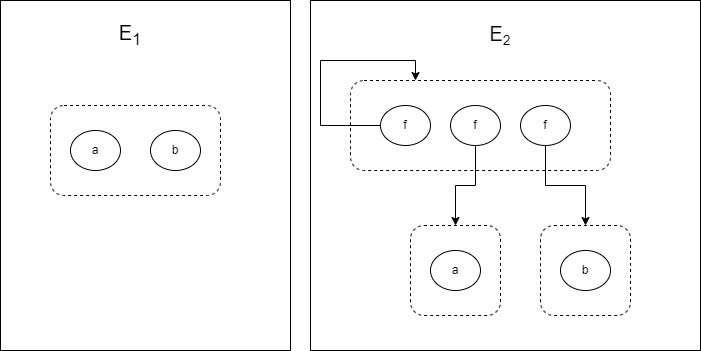
Before: src/documents/egraph-intersect.png, a diagram exported from draw.io (oflatt/portfolio). Source tidied: cells renumbered, new cells last; positions are measured from the earlier drawing's top-left corner, leaving out a move shared by most shapes.
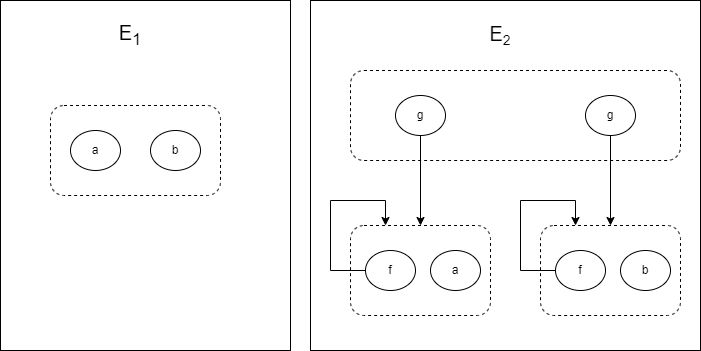
Later version of the same file.

Change to the diagram source:
```diff
@@ -18,33 +18,24 @@
       <mxGeometry x="150" y="130" width="50" height="40" as="geometry" />
     </mxCell>
     <mxCell id="7" style="rounded=1;whiteSpace=wrap;html=1;dashed=1;" parent="1" vertex="1">
-      <mxGeometry x="350" y="80" width="260" height="90" as="geometry" />
+      <mxGeometry x="350" y="225" width="140" height="90" as="geometry" />
     </mxCell>
     <mxCell id="8" style="edgeStyle=orthogonalEdgeStyle;rounded=0;jettySize=auto;html=1;exitX=0;exitY=0.5;exitDx=0;exitDy=0;entryX=0.25;entryY=0;entryDx=0;entryDy=0;" parent="1" edge="1" source="9" target="7">
       <mxGeometry relative="1" as="geometry">
         <Array as="points">
-          <mxPoint x="320" y="125" />
-          <mxPoint x="320" y="60" />
-          <mxPoint x="415" y="60" />
+          <mxPoint x="330" y="270" />
+          <mxPoint x="330" y="200" />
+          <mxPoint x="385" y="200" />
         </Array>
       </mxGeometry>
     </mxCell>
     <mxCell id="9" value="f" style="ellipse;whiteSpace=wrap;html=1;" parent="1" vertex="1">
-      <mxGeometry x="380" y="105" width="50" height="40" as="geometry" />
+      <mxGeometry x="365" y="250" width="50" height="40" as="geometry" />
     </mxCell>
-    <mxCell id="10" style="edgeStyle=orthogonalEdgeStyle;rounded=0;jettySize=auto;html=1;exitX=0.5;exitY=1;exitDx=0;exitDy=0;entryX=0.5;entryY=0;entryDx=0;entryDy=0;" parent="1" edge="1" source="11" target="12">
-      <mxGeometry relative="1" as="geometry" />
-    </mxCell>
-    <mxCell id="11" value="f" style="ellipse;whiteSpace=wrap;html=1;" parent="1" vertex="1">
-      <mxGeometry x="450" y="105" width="50" height="40" as="geometry" />
-    </mxCell>
-    <mxCell id="12" style="rounded=1;whiteSpace=wrap;html=1;dashed=1;" parent="1" vertex="1">
-      <mxGeometry x="410" y="225" width="90" height="90" as="geometry" />
-    </mxCell>
     <mxCell id="13" value="a" style="ellipse;whiteSpace=wrap;html=1;" parent="1" vertex="1">
       <mxGeometry x="430" y="250" width="50" height="40" as="geometry" />
     </mxCell>
-    <mxCell id="14" style="edgeStyle=orthogonalEdgeStyle;rounded=0;jettySize=auto;html=1;exitX=0;exitY=0.5;exitDx=0;exitDy=0;entryX=0.25;entryY=0;entryDx=0;entryDy=0;" parent="1" edge="1" source="x">
+    <mxCell id="14" style="edgeStyle=orthogonalEdgeStyle;rounded=0;orthogonalLoop=1;jettySize=auto;html=1;exitX=0;exitY=0.5;exitDx=0;exitDy=0;entryX=0.25;entryY=0;entryDx=0;entryDy=0;" parent="1" edge="1">
       <mxGeometry relative="1" as="geometry">
         <mxPoint x="412.5" y="310" as="targetPoint" />
         <Array as="points">
@@ -54,23 +45,44 @@
         </Array>
       </mxGeometry>
     </mxCell>
-    <mxCell id="15" style="edgeStyle=orthogonalEdgeStyle;rounded=0;jettySize=auto;html=1;exitX=0.5;exitY=1;exitDx=0;exitDy=0;entryX=0.5;entryY=0;entryDx=0;entryDy=0;" parent="1" edge="1" source="16" target="17">
-      <mxGeometry relative="1" as="geometry" />
-    </mxCell>
-    <mxCell id="16" value="f" style="ellipse;whiteSpace=wrap;html=1;" parent="1" vertex="1">
-      <mxGeometry x="520" y="105" width="50" height="40" as="geometry" />
-    </mxCell>
-    <mxCell id="17" style="rounded=1;whiteSpace=wrap;html=1;dashed=1;" parent="1" vertex="1">
-      <mxGeometry x="540" y="225" width="90" height="90" as="geometry" />
-    </mxCell>
-    <mxCell id="18" value="b" style="ellipse;whiteSpace=wrap;html=1;" parent="1" vertex="1">
-      <mxGeometry x="560" y="250" width="50" height="40" as="geometry" />
-    </mxCell>
     <mxCell id="19" value="&lt;font style=&quot;font-size: 20px&quot;&gt;E&lt;sub&gt;1&lt;/sub&gt;&lt;/font&gt;" style="text;html=1;strokeColor=none;fillColor=none;align=center;verticalAlign=middle;whiteSpace=wrap;rounded=0;" parent="1" vertex="1">
       <mxGeometry x="100" y="20" width="60" height="30" as="geometry" />
     </mxCell>
     <mxCell id="20" value="&lt;font style=&quot;font-size: 20px&quot;&gt;E&lt;/font&gt;&lt;font style=&quot;font-size: 16.6667px&quot;&gt;&lt;sub&gt;2&lt;/sub&gt;&lt;/font&gt;" style="text;html=1;strokeColor=none;fillColor=none;align=center;verticalAlign=middle;whiteSpace=wrap;rounded=0;" parent="1" vertex="1">
       <mxGeometry x="470" y="20" width="60" height="30" as="geometry" />
     </mxCell>
+    <mxCell id="21" style="rounded=1;whiteSpace=wrap;html=1;dashed=1;" parent="1" vertex="1">
+      <mxGeometry x="540" y="225" width="140" height="90" as="geometry" />
+    </mxCell>
+    <mxCell id="22" style="edgeStyle=orthogonalEdgeStyle;rounded=0;jettySize=auto;html=1;exitX=0;exitY=0.5;exitDx=0;exitDy=0;entryX=0.25;entryY=0;entryDx=0;entryDy=0;" parent="1" edge="1" source="23" target="21">
+      <mxGeometry relative="1" as="geometry">
+        <Array as="points">
+          <mxPoint x="520" y="270" />
+          <mxPoint x="520" y="200" />
+          <mxPoint x="575" y="200" />
+        </Array>
+      </mxGeometry>
+    </mxCell>
+    <mxCell id="23" value="f" style="ellipse;whiteSpace=wrap;html=1;" parent="1" vertex="1">
+      <mxGeometry x="555" y="250" width="50" height="40" as="geometry" />
+    </mxCell>
+    <mxCell id="18" value="b" style="ellipse;whiteSpace=wrap;html=1;" parent="1" vertex="1">
+      <mxGeometry x="620" y="250" width="50" height="40" as="geometry" />
+    </mxCell>
+    <mxCell id="24" style="rounded=1;whiteSpace=wrap;html=1;dashed=1;" parent="1" vertex="1">
+      <mxGeometry x="350" y="70" width="330" height="90" as="geometry" />
+    </mxCell>
+    <mxCell id="25" style="edgeStyle=orthogonalEdgeStyle;rounded=0;jettySize=auto;html=1;exitX=0.5;exitY=1;exitDx=0;exitDy=0;entryX=0.5;entryY=0;entryDx=0;entryDy=0;" parent="1" edge="1" source="26" target="7">
+      <mxGeometry relative="1" as="geometry" />
+    </mxCell>
+    <mxCell id="26" value="g" style="ellipse;whiteSpace=wrap;html=1;" parent="1" vertex="1">
+      <mxGeometry x="395" y="95" width="50" height="40" as="geometry" />
+    </mxCell>
+    <mxCell id="27" style="edgeStyle=orthogonalEdgeStyle;rounded=0;jettySize=auto;html=1;exitX=0.5;exitY=1;exitDx=0;exitDy=0;entryX=0.5;entryY=0;entryDx=0;entryDy=0;" parent="1" edge="1" source="28" target="21">
+      <mxGeometry relative="1" as="geometry" />
+    </mxCell>
+    <mxCell id="28" value="g" style="ellipse;whiteSpace=wrap;html=1;" parent="1" vertex="1">
+      <mxGeometry x="585" y="95" width="50" height="40" as="geometry" />
+    </mxCell>
   </root>
 </mxGraphModel>
```
